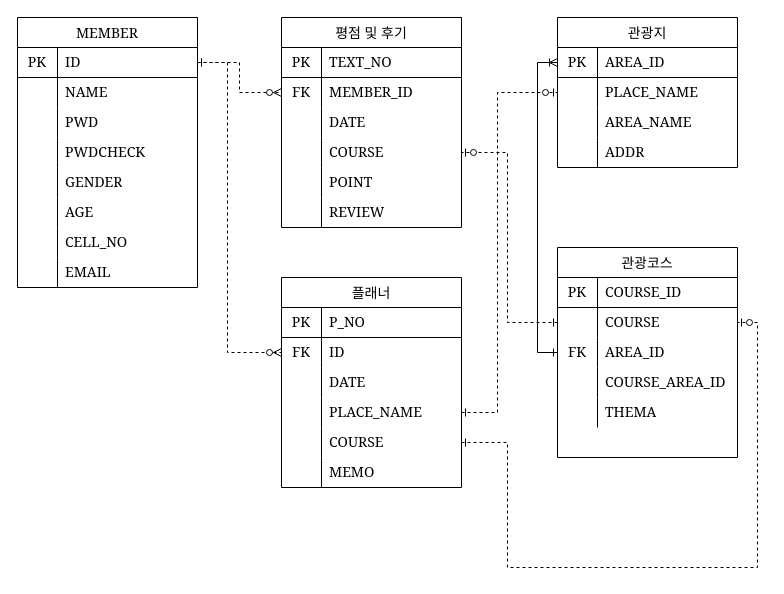
Above: page "ERD-EN" (2 of 3) of Diagram/web Diagram.drawio in MIHEE-LEE/Web-semi-project (draw.io), before the change. Source tidied: cells renumbered, new cells numbered last; positions are measured from the earlier drawing's top-left corner, leaving out a move shared by most shapes. Both pictures are drawn from the tidied source at 100%, with x=0, y=0 at pixel (17, 17).
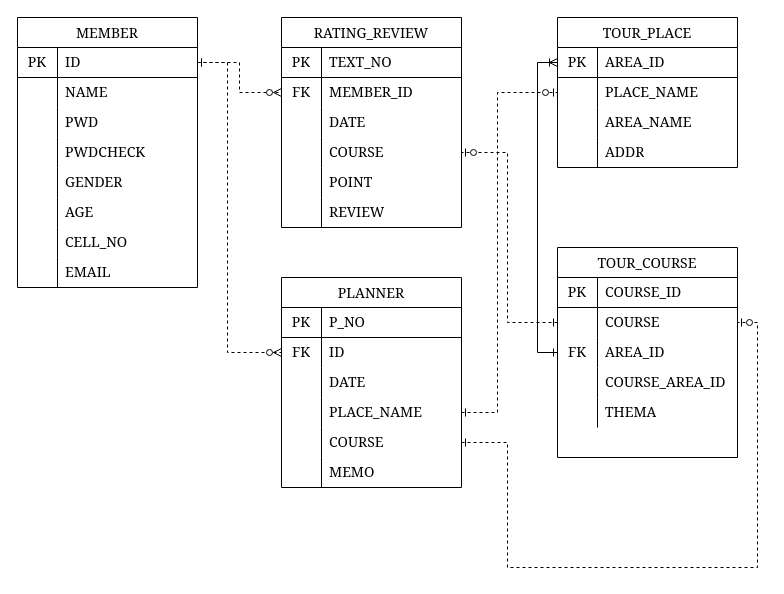
After the change.

The edit, as a diff of the source:
```diff
@@
-    <mxCell id="27" value="관광지" style="shape=table;startSize=30;childLayout=tableLayout;rowLines=0;fontStyle=0;align=center;fontFamily=Georgia;fontSize=14;" parent="1" vertex="1">
+    <mxCell id="27" value="TOUR_PLACE" style="shape=table;startSize=30;childLayout=tableLayout;rowLines=0;fontStyle=0;align=center;fontFamily=Georgia;fontSize=14;" parent="1" vertex="1">
       <mxGeometry x="540" width="180" height="150" as="geometry" />
     </mxCell>
@@
-    <mxCell id="40" value="플래너" style="shape=table;startSize=30;childLayout=tableLayout;rowLines=0;fontStyle=0;align=center;fontFamily=Georgia;fontSize=14;" parent="1" vertex="1">
+    <mxCell id="40" value="PLANNER" style="shape=table;startSize=30;childLayout=tableLayout;rowLines=0;fontStyle=0;align=center;fontFamily=Georgia;fontSize=14;" parent="1" vertex="1">
       <mxGeometry x="264" y="260" width="180" height="210" as="geometry" />
     </mxCell>
@@
-    <mxCell id="59" value="관광코스" style="shape=table;startSize=30;childLayout=tableLayout;rowLines=0;fontStyle=0;align=center;fontFamily=Georgia;fontSize=14;" parent="1" vertex="1">
+    <mxCell id="59" value="TOUR_COURSE" style="shape=table;startSize=30;childLayout=tableLayout;rowLines=0;fontStyle=0;align=center;fontFamily=Georgia;fontSize=14;" parent="1" vertex="1">
       <mxGeometry x="540" y="230" width="180" height="210" as="geometry" />
     </mxCell>
@@
-    <mxCell id="75" value="평점 및 후기" style="shape=table;startSize=30;childLayout=tableLayout;rowLines=0;fontStyle=0;align=center;fontFamily=Georgia;fontSize=14;" parent="1" vertex="1">
+    <mxCell id="75" value="RATING_REVIEW" style="shape=table;startSize=30;childLayout=tableLayout;rowLines=0;fontStyle=0;align=center;fontFamily=Georgia;fontSize=14;" parent="1" vertex="1">
       <mxGeometry x="264" width="180" height="210" as="geometry" />
     </mxCell>
```
